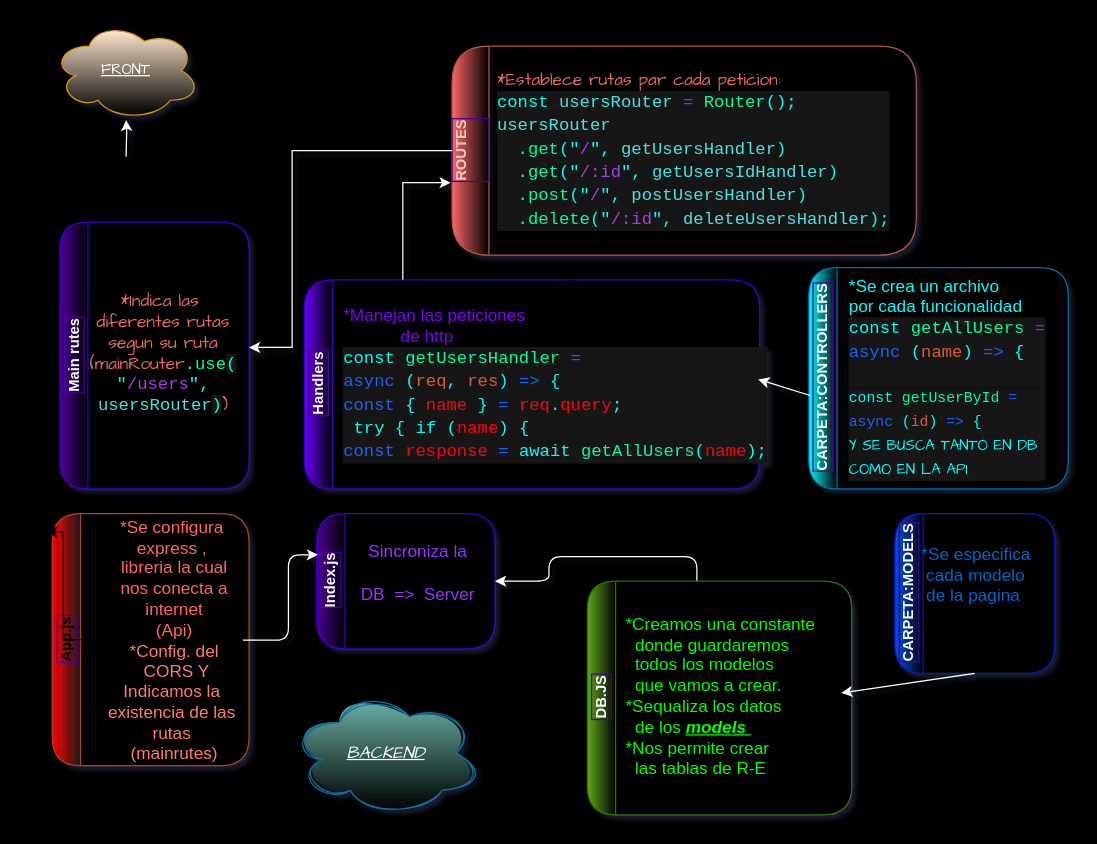
Earlier version of the draw.io diagram Diagrama sin título.drawio (MBritez07/Proyecto-Integrador-Videogames). Source tidied: cells renumbered, new cells numbered last; positions are measured from the earlier drawing's top-left corner, leaving out a move shared by most shapes. Both pictures are drawn from the tidied source at 123%, with x=0, y=0 at pixel (21, 21).
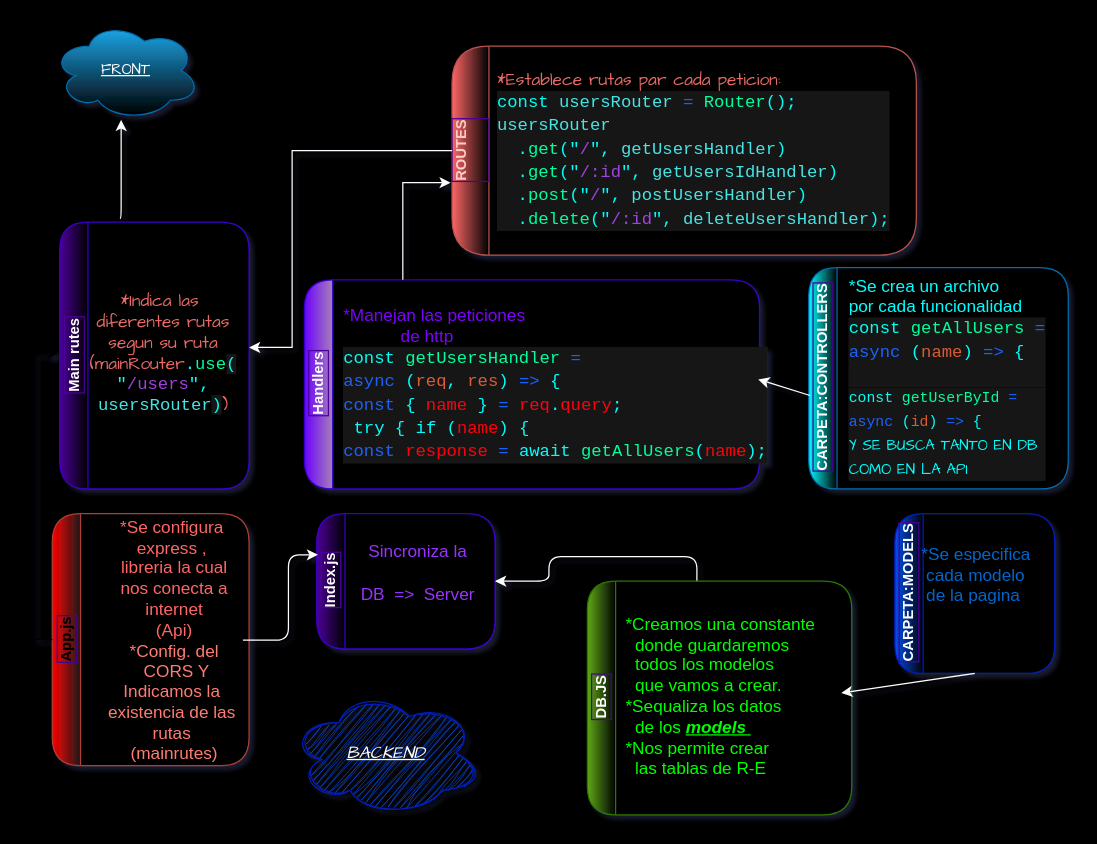
The same diagram, later.

The change refers to these unchanged cells:
```xml
<mxCell id="7" value="App.js&lt;br&gt;" style="swimlane;horizontal=0;whiteSpace=wrap;html=1;labelBackgroundColor=none;labelBorderColor=#4C0099;fillColor=#FF0000;strokeColor=#ae4132;gradientDirection=east;swimlaneFillColor=#000000;rounded=1;arcSize=50;gradientColor=#1A1A1A;fontSize=12;" parent="1" vertex="1">
  <mxGeometry x="25" y="400" width="160" height="205" as="geometry" />
</mxCell>
<mxCell id="8" value="&lt;font style=&quot;font-size: 14px;&quot;&gt;*Se configura&amp;nbsp;&lt;br style=&quot;font-size: 14px;&quot;&gt;express ,&amp;nbsp;&lt;br style=&quot;font-size: 14px;&quot;&gt;libreria la cual&lt;br style=&quot;font-size: 14px;&quot;&gt;nos conecta a&lt;br style=&quot;font-size: 14px;&quot;&gt;internet&lt;br style=&quot;font-size: 14px;&quot;&gt;(Api)&lt;br&gt;&lt;span style=&quot;color: rgb(255, 124, 115); text-align: left;&quot;&gt;*Config. del&lt;/span&gt;&lt;br style=&quot;border-color: var(--border-color); color: rgb(255, 124, 115); text-align: left;&quot;&gt;&lt;span style=&quot;color: rgb(255, 124, 115); text-align: left;&quot;&gt;&amp;nbsp;CORS Y&lt;/span&gt;&lt;br style=&quot;border-color: var(--border-color); color: rgb(255, 124, 115); text-align: left;&quot;&gt;&lt;span style=&quot;color: rgb(255, 124, 115); text-align: left;&quot;&gt;Indicamos la&amp;nbsp;&lt;/span&gt;&lt;br style=&quot;border-color: var(--border-color); color: rgb(255, 124, 115); text-align: left;&quot;&gt;&lt;span style=&quot;color: rgb(255, 124, 115); text-align: left;&quot;&gt;existencia de las&amp;nbsp;&lt;/span&gt;&lt;br style=&quot;border-color: var(--border-color); color: rgb(255, 124, 115); text-align: left;&quot;&gt;&lt;span style=&quot;color: rgb(255, 124, 115); text-align: left;&quot;&gt;rutas&amp;nbsp;&lt;/span&gt;&lt;br style=&quot;border-color: var(--border-color); color: rgb(255, 124, 115); text-align: left;&quot;&gt;&lt;span style=&quot;color: rgb(255, 124, 115); text-align: left;&quot;&gt;(mainrutes)&lt;/span&gt;&lt;span style=&quot;font-size: 14px;&quot;&gt;&lt;br style=&quot;font-size: 14px;&quot;&gt;&lt;/span&gt;&lt;/font&gt;" style="text;html=1;align=center;verticalAlign=middle;points=[];strokeColor=none;fillColor=none;fontSize=14;fontFamily=Permanent Marker;fontColor=#FF6666;rounded=1;" parent="7" vertex="1">
  <mxGeometry x="29" y="-7.5" width="140" height="220" as="geometry" />
</mxCell>
<mxCell id="22" value="&lt;font color=&quot;#ff7c73&quot; face=&quot;Permanent Marker&quot; style=&quot;font-size: 14px;&quot;&gt;&lt;br&gt;&lt;/font&gt;" style="text;html=1;align=left;verticalAlign=middle;points=[];strokeColor=none;fillColor=none;rounded=1;" parent="1" vertex="1">
  <mxGeometry y="400" width="20" height="30" as="geometry" />
</mxCell>
```

Diff of the diagram source:
```diff
@@
     <mxCell id="15" style="edgeStyle=orthogonalEdgeStyle;rounded=1;jettySize=auto;html=1;strokeColor=#FFFFFF;" parent="1" edge="1" target="16">
       <mxGeometry relative="1" as="geometry">
-        <mxPoint x="85" y="110" as="sourcePoint" />
+        <mxPoint x="80" y="160" as="sourcePoint" />
+        <Array as="points">
+          <mxPoint x="81" y="160" />
+        </Array>
       </mxGeometry>
     </mxCell>
-    <mxCell id="16" value="FRONT&lt;br&gt;" style="ellipse;shape=cloud;whiteSpace=wrap;html=1;rounded=1;fillColor=#ffe6cc;strokeColor=#d79b00;gradientColor=default;fontColor=#FFFFFF;fontFamily=Comic Sans MS;fontStyle=4;align=center;verticalAlign=middle;horizontal=1;" parent="1" vertex="1">
+    <mxCell id="16" value="FRONT&lt;br&gt;" style="ellipse;shape=cloud;whiteSpace=wrap;html=1;rounded=1;fillColor=#1ba1e2;strokeColor=#006EAF;fontColor=#ffffff;fontFamily=Comic Sans MS;fontStyle=4;align=center;verticalAlign=middle;horizontal=1;gradientColor=default;" parent="1" vertex="1">
       <mxGeometry x="25" width="120" height="80" as="geometry" />
     </mxCell>
@@
-    <mxCell id="18" value="BACKEND" style="ellipse;shape=cloud;fillColor=#67AB9F;labelBorderColor=none;shadow=0;whiteSpace=wrap;rounded=1;sketch=1;curveFitting=1;jiggle=2;strokeColor=#10739e;labelBackgroundColor=none;html=1;fontStyle=6;fontFamily=Comic Sans MS;spacing=2;fontSize=14;gradientColor=default;fontColor=#FFFFFF;" parent="1" vertex="1">
+    <mxCell id="18" value="BACKEND" style="ellipse;shape=cloud;fillColor=#0050ef;labelBorderColor=none;shadow=0;whiteSpace=wrap;rounded=1;sketch=1;curveFitting=1;jiggle=2;strokeColor=#001DBC;labelBackgroundColor=none;html=1;fontStyle=6;fontFamily=Comic Sans MS;spacing=2;fontSize=14;fontColor=#ffffff;" parent="1" vertex="1">
       <mxGeometry x="220" y="545" width="152.5" height="100" as="geometry" />
     </mxCell>
-    <mxCell id="19" value="Handlers" style="swimlane;horizontal=0;whiteSpace=wrap;html=1;labelBackgroundColor=none;labelBorderColor=#4C0099;fillColor=#6a00ff;fontColor=#ffffff;strokeColor=#3700CC;gradientDirection=east;swimlaneFillColor=#000000;rounded=1;arcSize=50;gradientColor=default;" parent="1" vertex="1">
+    <mxCell id="19" value="Handlers" style="swimlane;horizontal=0;whiteSpace=wrap;html=1;labelBackgroundColor=none;labelBorderColor=#4C0099;fillColor=#6a00ff;fontColor=#ffffff;strokeColor=#3700CC;gradientDirection=east;swimlaneFillColor=#000000;rounded=1;arcSize=50;gradientColor=#A680B8;" parent="1" vertex="1">
       <mxGeometry x="230" y="210" width="370" height="170" as="geometry" />
     </mxCell>
@@
-    <mxCell id="23" style="edgeStyle=orthogonalEdgeStyle;rounded=0;jettySize=auto;html=1;" parent="1" edge="1" source="8" target="22">
-      <mxGeometry relative="1" as="geometry" />
+    <mxCell id="23" style="edgeStyle=orthogonalEdgeStyle;rounded=0;jettySize=auto;html=1;exitX=0;exitY=0.5;exitDx=0;exitDy=0;" parent="1" edge="1" source="7">
+      <mxGeometry relative="1" as="geometry">
+        <mxPoint x="30" y="270" as="targetPoint" />
+        <Array as="points">
+          <mxPoint x="10" y="503" />
+          <mxPoint x="10" y="270" />
+        </Array>
+      </mxGeometry>
     </mxCell>
@@
-    <mxCell id="27" style="endArrow=classic;html=1;rounded=0;" parent="1" edge="1">
-      <mxGeometry relative="1" as="geometry">
-        <mxPoint x="400" y="260" as="sourcePoint" />
-        <mxPoint x="450" y="210" as="targetPoint" />
-      </mxGeometry>
-    </mxCell>
```
